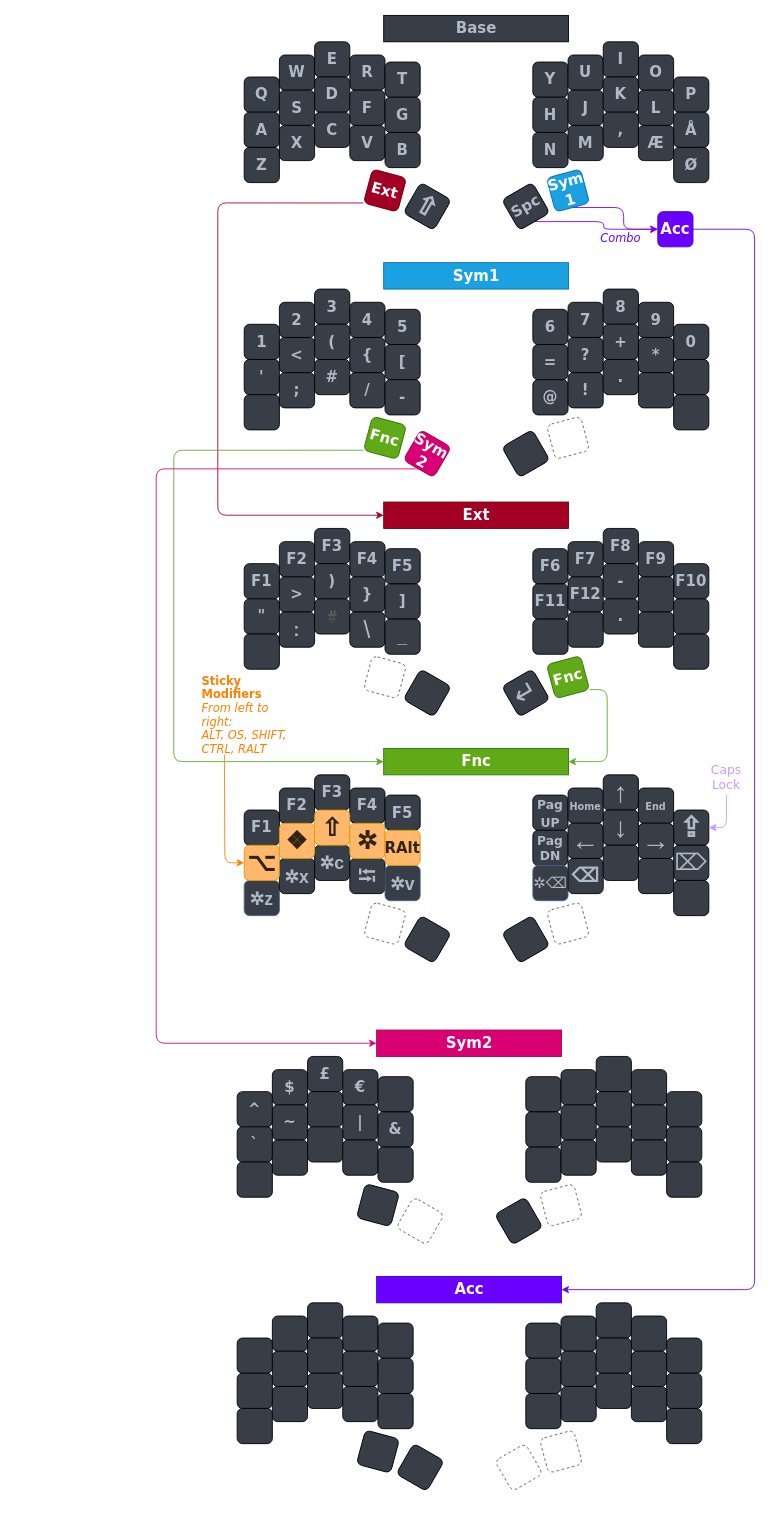
This is Palm Keyboard Layout.drawio from henrik-palm/zmk-urchin, a draw.io file, before an edit. Source tidied: cells renumbered, new cells numbered last; positions are measured from the earlier drawing's top-left corner, leaving out a move shared by most shapes. Both pictures are drawn from the tidied source at 88%, with x=0, y=0 at pixel (156, 15).
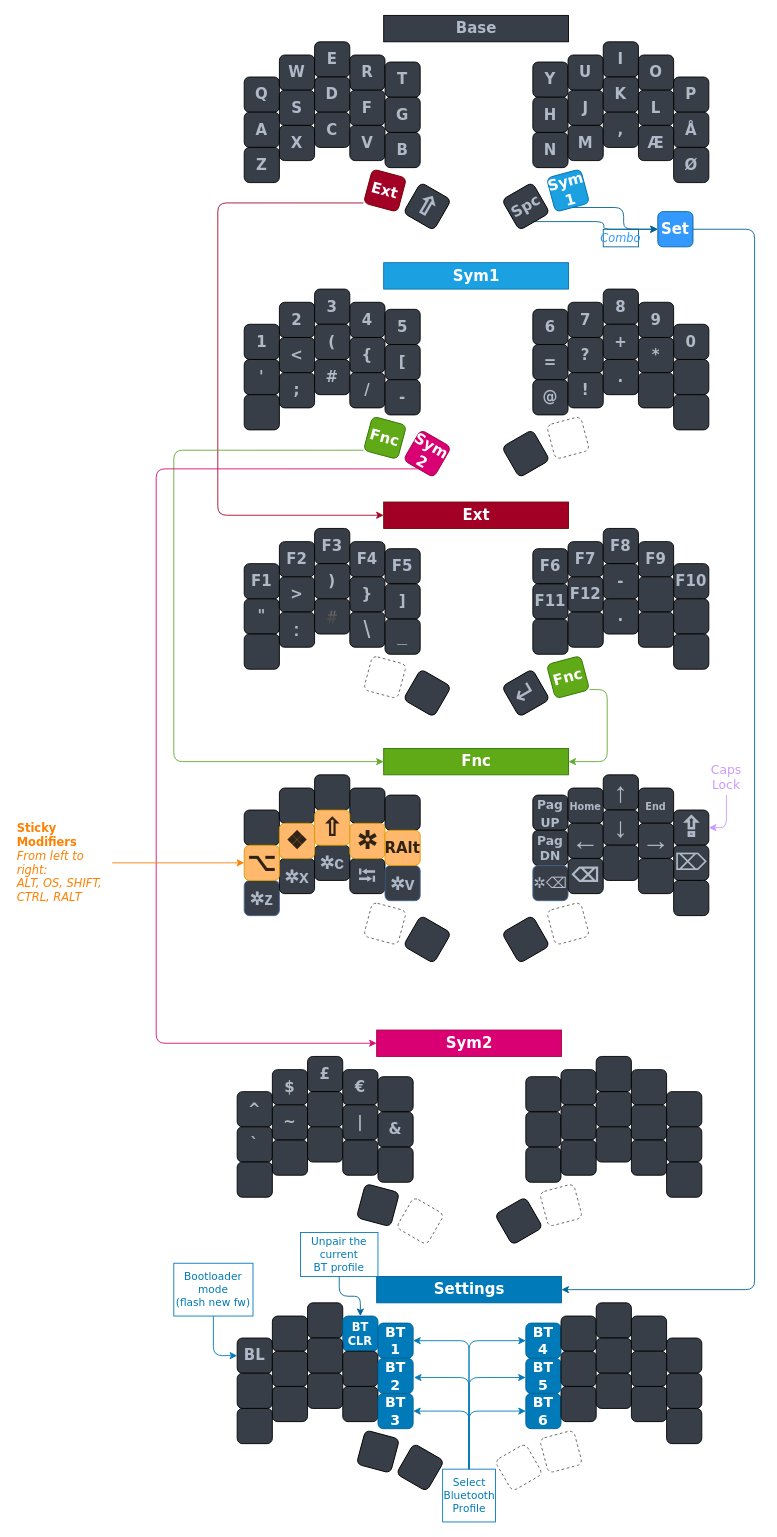
After the change.

Unchanged cells that the change refers to:
```xml
<mxCell id="36" value="Spc" style="whiteSpace=wrap;html=1;rotation=-30;fontSize=17;fontFamily=Verdana;fontStyle=1;fontColor=#AFB9C7;fillColor=#383E47;rounded=1;" parent="1" vertex="1">
  <mxGeometry x="400" y="197" width="40" height="40" as="geometry" />
</mxCell>
<mxCell id="38" value="Sym&lt;br&gt;1" style="whiteSpace=wrap;html=1;rotation=-15;fontSize=17;fontFamily=Verdana;fontStyle=1;fillColor=#1ba1e2;strokeColor=#006EAF;fontColor=#ffffff;rounded=1;" parent="1" vertex="1">
  <mxGeometry x="448" y="179" width="40" height="40" as="geometry" />
</mxCell>
<mxCell id="145" value="&lt;span style=&quot;font-family: &amp;quot;segoe ui emoji&amp;quot;, &amp;quot;apple color emoji&amp;quot;, &amp;quot;noto color emoji&amp;quot;; font-size: 28px;&quot;&gt;⌥&lt;/span&gt;" style="whiteSpace=wrap;html=1;fontSize=17;fontFamily=Verdana;fontStyle=1;fillColor=#ffb86c;strokeColor=#d79b00;fontColor=#302316;rounded=1;" parent="1" vertex="1">
  <mxGeometry x="100" y="943" width="40" height="40" as="geometry" />
</mxCell>
```

Change to the diagram source:
```diff
@@
-    <mxCell id="35" style="edgeStyle=orthogonalEdgeStyle;rounded=1;jettySize=auto;html=1;exitX=0.5;exitY=1;exitDx=0;exitDy=0;entryX=0;entryY=0.5;entryDx=0;entryDy=0;fontFamily=Verdana;fontSize=14;fontColor=#6906F9;strokeColor=#7F00FF;" parent="1" edge="1" source="36" target="114">
+    <mxCell id="35" style="edgeStyle=orthogonalEdgeStyle;rounded=1;jettySize=auto;html=1;exitX=0.5;exitY=1;exitDx=0;exitDy=0;entryX=0;entryY=0.5;entryDx=0;entryDy=0;fontFamily=Verdana;fontSize=14;fontColor=#3399FF;strokeColor=#006294;" parent="1" edge="1" source="36" target="114">
       <mxGeometry relative="1" as="geometry" />
     </mxCell>
@@
-    <mxCell id="37" style="edgeStyle=orthogonalEdgeStyle;rounded=1;jettySize=auto;html=1;exitX=0.5;exitY=1;exitDx=0;exitDy=0;entryX=0;entryY=0.5;entryDx=0;entryDy=0;fontFamily=Verdana;fontSize=14;fontColor=#6906F9;strokeColor=#7F00FF;" parent="1" edge="1" source="38" target="114">
+    <mxCell id="37" style="edgeStyle=orthogonalEdgeStyle;rounded=1;jettySize=auto;html=1;exitX=0.5;exitY=1;exitDx=0;exitDy=0;entryX=0;entryY=0.5;entryDx=0;entryDy=0;fontFamily=Verdana;fontSize=14;fontColor=#3399FF;strokeColor=#006294;" parent="1" edge="1" source="38" target="114">
       <mxGeometry relative="1" as="geometry" />
     </mxCell>
@@
-    <mxCell id="113" style="edgeStyle=orthogonalEdgeStyle;rounded=1;jettySize=auto;html=1;exitX=1;exitY=0.5;exitDx=0;exitDy=0;entryX=1;entryY=0.5;entryDx=0;entryDy=0;fontFamily=Verdana;fontSize=14;fontColor=#9933FF;strokeColor=#6906F9;" parent="1" edge="1" source="114" target="185">
+    <mxCell id="113" style="edgeStyle=orthogonalEdgeStyle;rounded=1;jettySize=auto;html=1;exitX=1;exitY=0.5;exitDx=0;exitDy=0;entryX=1;entryY=0.5;entryDx=0;entryDy=0;fontFamily=Verdana;fontSize=14;fontColor=#9933FF;strokeColor=#006294;" parent="1" edge="1" source="114" target="185">
       <mxGeometry relative="1" as="geometry">
         <Array as="points">
           <mxPoint x="680" y="243" />
           <mxPoint x="680" y="1448" />
         </Array>
       </mxGeometry>
     </mxCell>
-    <mxCell id="114" value="&lt;b&gt;Acc&lt;/b&gt;" style="whiteSpace=wrap;html=1;rounded=1;shadow=0;glass=0;sketch=0;fontFamily=Verdana;fontSize=17;fontColor=#ffffff;fillColor=#6a00ff;strokeColor=#3700CC;" parent="1" vertex="1">
+    <mxCell id="114" value="&lt;b&gt;Set&lt;/b&gt;" style="whiteSpace=wrap;html=1;rounded=1;shadow=0;glass=0;sketch=0;fontFamily=Verdana;fontSize=17;fontColor=#ffffff;fillColor=#3399FF;strokeColor=#006294;" parent="1" vertex="1">
       <mxGeometry x="570" y="223" width="40" height="40" as="geometry" />
     </mxCell>
-    <mxCell id="115" value="Combo" style="text;html=1;strokeColor=none;fillColor=none;align=center;verticalAlign=middle;whiteSpace=wrap;rounded=0;shadow=0;glass=0;sketch=0;fontFamily=Verdana;fontSize=13;fontColor=#6906F9;fontStyle=2;" parent="1" vertex="1">
+    <mxCell id="115" value="Combo" style="text;html=1;strokeColor=#006294;fillColor=none;align=center;verticalAlign=middle;whiteSpace=wrap;rounded=0;shadow=0;glass=0;sketch=0;fontFamily=Verdana;fontSize=13;fontColor=#3399FF;fontStyle=2;" parent="1" vertex="1">
       <mxGeometry x="508" y="243" width="40" height="20" as="geometry" />
     </mxCell>
     <mxCell id="116" value="&lt;div&gt;&lt;b&gt;Sticky Modifiers&lt;/b&gt;&lt;/div&gt;&lt;div&gt;&lt;span&gt;&lt;i&gt;From left to right:&lt;/i&gt;&lt;/span&gt;&lt;/div&gt;&lt;div&gt;&lt;span&gt;&lt;i&gt;ALT, OS, SHIFT, CTRL, RALT&lt;/i&gt;&lt;/span&gt;&lt;/div&gt;" style="text;html=1;strokeColor=none;fillColor=none;align=left;verticalAlign=middle;whiteSpace=wrap;rounded=0;shadow=0;glass=0;sketch=0;fontFamily=Verdana;fontSize=13;fontColor=#FF8000;" parent="1" vertex="1">
-      <mxGeometry x="50" y="750" width="110" height="90" as="geometry" />
+      <mxGeometry x="-160" y="918" width="110" height="90" as="geometry" />
     </mxCell>
-    <mxCell id="117" value="F1" style="whiteSpace=wrap;html=1;fontSize=17;fontFamily=Verdana;fontStyle=1;fontColor=#AFB9C7;fillColor=#383E47;rounded=1;" parent="1" vertex="1">
+    <mxCell id="117" style="whiteSpace=wrap;html=1;fontSize=17;fontFamily=Verdana;fontStyle=1;fontColor=#AFB9C7;fillColor=#383E47;rounded=1;" parent="1" vertex="1">
       <mxGeometry x="100" y="903" width="40" height="40" as="geometry" />
     </mxCell>
-    <mxCell id="118" value="F2" style="whiteSpace=wrap;html=1;fontSize=17;fontFamily=Verdana;fontStyle=1;fontColor=#AFB9C7;fillColor=#383E47;rounded=1;" parent="1" vertex="1">
+    <mxCell id="118" style="whiteSpace=wrap;html=1;fontSize=17;fontFamily=Verdana;fontStyle=1;fontColor=#AFB9C7;fillColor=#383E47;rounded=1;" parent="1" vertex="1">
       <mxGeometry x="140" y="878" width="40" height="40" as="geometry" />
     </mxCell>
-    <mxCell id="119" value="F3" style="whiteSpace=wrap;html=1;fontSize=17;fontFamily=Verdana;fontStyle=1;fontColor=#AFB9C7;fillColor=#383E47;rounded=1;" parent="1" vertex="1">
+    <mxCell id="119" style="whiteSpace=wrap;html=1;fontSize=17;fontFamily=Verdana;fontStyle=1;fontColor=#AFB9C7;fillColor=#383E47;rounded=1;" parent="1" vertex="1">
       <mxGeometry x="180" y="863" width="40" height="40" as="geometry" />
     </mxCell>
-    <mxCell id="120" value="F4" style="whiteSpace=wrap;html=1;fontSize=17;fontFamily=Verdana;fontStyle=1;fontColor=#AFB9C7;fillColor=#383E47;rounded=1;" parent="1" vertex="1">
+    <mxCell id="120" style="whiteSpace=wrap;html=1;fontSize=17;fontFamily=Verdana;fontStyle=1;fontColor=#AFB9C7;fillColor=#383E47;rounded=1;" parent="1" vertex="1">
       <mxGeometry x="220" y="878" width="40" height="40" as="geometry" />
     </mxCell>
-    <mxCell id="121" value="F5" style="whiteSpace=wrap;html=1;fontSize=17;fontFamily=Verdana;fontStyle=1;fontColor=#AFB9C7;fillColor=#383E47;rounded=1;" parent="1" vertex="1">
+    <mxCell id="121" style="whiteSpace=wrap;html=1;fontSize=17;fontFamily=Verdana;fontStyle=1;fontColor=#AFB9C7;fillColor=#383E47;rounded=1;" parent="1" vertex="1">
       <mxGeometry x="260" y="886" width="40" height="40" as="geometry" />
     </mxCell>
@@
-    <mxCell id="150" style="endArrow=classic;html=1;fontFamily=Verdana;fontSize=14;fontColor=#FF8000;entryX=0;entryY=0.5;entryDx=0;entryDy=0;exitX=0.25;exitY=1;exitDx=0;exitDy=0;rounded=1;strokeColor=#FF8000;" parent="1" edge="1" source="116" target="145">
+    <mxCell id="150" style="endArrow=classic;html=1;fontFamily=Verdana;fontSize=14;fontColor=#FF8000;entryX=0;entryY=0.5;entryDx=0;entryDy=0;exitX=1;exitY=0.5;exitDx=0;exitDy=0;rounded=1;strokeColor=#FF8000;" parent="1" edge="1" source="116" target="145">
       <mxGeometry relative="1" as="geometry">
         <Array as="points">
           <mxPoint x="78" y="963" />
         </Array>
       </mxGeometry>
     </mxCell>
-    <mxCell id="151" style="whiteSpace=wrap;html=1;fontSize=17;fontFamily=Verdana;fontStyle=1;fontColor=#AFB9C7;fillColor=#383E47;rounded=1;" parent="1" vertex="1">
+    <mxCell id="151" value="BL" style="whiteSpace=wrap;html=1;fontSize=17;fontFamily=Verdana;fontStyle=1;fontColor=#AFB9C7;fillColor=#383E47;rounded=1;" parent="1" vertex="1">
       <mxGeometry x="92" y="1503" width="40" height="40" as="geometry" />
     </mxCell>
@@
-    <mxCell id="154" style="whiteSpace=wrap;html=1;fontSize=17;fontFamily=Verdana;fontStyle=1;fontColor=#AFB9C7;fillColor=#383E47;rounded=1;" parent="1" vertex="1">
+    <mxCell id="154" value="&lt;font style=&quot;font-size: 13px;&quot;&gt;BT CLR&lt;/font&gt;" style="whiteSpace=wrap;html=1;fontSize=13;fontFamily=Verdana;fontStyle=1;fontColor=#FFFFFF;fillColor=#007AB8;rounded=1;strokeColor=#006294;" parent="1" vertex="1">
       <mxGeometry x="212" y="1478" width="40" height="40" as="geometry" />
     </mxCell>
-    <mxCell id="155" style="whiteSpace=wrap;html=1;fontSize=17;fontFamily=Verdana;fontStyle=1;fontColor=#AFB9C7;fillColor=#383E47;rounded=1;" parent="1" vertex="1">
+    <mxCell id="155" value="BT 1" style="whiteSpace=wrap;html=1;fontSize=16;fontFamily=Verdana;fontStyle=1;fontColor=#FFFFFF;fillColor=#007AB8;rounded=1;strokeColor=#006294;" parent="1" vertex="1">
       <mxGeometry x="252" y="1486" width="40" height="40" as="geometry" />
     </mxCell>
@@
-    <mxCell id="160" style="whiteSpace=wrap;html=1;fontSize=17;fontFamily=Verdana;fontStyle=1;fontColor=#AFB9C7;fillColor=#383E47;rounded=1;" parent="1" vertex="1">
+    <mxCell id="160" value="BT 2" style="whiteSpace=wrap;html=1;fontSize=16;fontFamily=Verdana;fontStyle=1;fontColor=#FFFFFF;fillColor=#007AB8;rounded=1;strokeColor=#006294;" parent="1" vertex="1">
       <mxGeometry x="252" y="1526" width="40" height="40" as="geometry" />
     </mxCell>
@@
-    <mxCell id="165" style="whiteSpace=wrap;html=1;fontSize=17;fontFamily=Verdana;fontStyle=1;fontColor=#AFB9C7;fillColor=#383E47;rounded=1;" parent="1" vertex="1">
+    <mxCell id="165" value="BT 3" style="whiteSpace=wrap;html=1;fontSize=16;fontFamily=Verdana;fontStyle=1;fontColor=#FFFFFF;fillColor=#007AB8;rounded=1;strokeColor=#006294;" parent="1" vertex="1">
       <mxGeometry x="252" y="1566" width="40" height="40" as="geometry" />
     </mxCell>
@@
-    <mxCell id="168" style="whiteSpace=wrap;html=1;fontSize=17;fontFamily=Verdana;fontStyle=1;fontColor=#AFB9C7;fillColor=#383E47;rounded=1;" parent="1" vertex="1">
+    <mxCell id="168" value="BT 4" style="whiteSpace=wrap;html=1;fontSize=16;fontFamily=Verdana;fontStyle=1;fontColor=#FFFFFF;fillColor=#007AB8;rounded=1;strokeColor=#006294;" parent="1" vertex="1">
       <mxGeometry x="420" y="1486" width="40" height="40" as="geometry" />
     </mxCell>
@@
-    <mxCell id="173" style="whiteSpace=wrap;html=1;fontSize=17;fontFamily=Verdana;fontStyle=1;fontColor=#AFB9C7;fillColor=#383E47;rounded=1;" parent="1" vertex="1">
+    <mxCell id="173" value="BT 5" style="whiteSpace=wrap;html=1;fontSize=16;fontFamily=Verdana;fontStyle=1;fontColor=#FFFFFF;fillColor=#007AB8;rounded=1;strokeColor=#006294;" parent="1" vertex="1">
       <mxGeometry x="420" y="1526" width="40" height="40" as="geometry" />
     </mxCell>
@@
-    <mxCell id="178" style="whiteSpace=wrap;html=1;fontSize=17;fontFamily=Verdana;fontStyle=1;fontColor=#AFB9C7;fillColor=#383E47;rounded=1;" parent="1" vertex="1">
+    <mxCell id="178" value="BT 6" style="whiteSpace=wrap;html=1;fontSize=16;fontFamily=Verdana;fontStyle=1;fontColor=#FFFFFF;fillColor=#007AB8;rounded=1;strokeColor=#006294;" parent="1" vertex="1">
       <mxGeometry x="420" y="1566" width="40" height="40" as="geometry" />
     </mxCell>
@@
-    <mxCell id="185" value="Acc" style="rounded=0;whiteSpace=wrap;html=1;fontFamily=Verdana;fontSize=17;fontStyle=1;fillColor=#6a00ff;strokeColor=#3700CC;fontColor=#ffffff;" parent="1" vertex="1">
+    <mxCell id="185" value="Settings" style="rounded=0;whiteSpace=wrap;html=1;fontFamily=Verdana;fontSize=17;fontStyle=1;fillColor=#007AB8;strokeColor=#006294;fontColor=#FFFFFF;" parent="1" vertex="1">
       <mxGeometry x="250.5" y="1433" width="210" height="30" as="geometry" />
     </mxCell>
@@
+    <mxCell id="226" style="edgeStyle=orthogonalEdgeStyle;rounded=1;jettySize=auto;html=1;exitX=0.5;exitY=0;exitDx=0;exitDy=0;entryX=1;entryY=0.5;entryDx=0;entryDy=0;strokeColor=#007AB8;curved=0;" parent="1" edge="1" source="230" target="165">
+      <mxGeometry relative="1" as="geometry" />
+    </mxCell>
+    <mxCell id="227" style="edgeStyle=orthogonalEdgeStyle;rounded=1;jettySize=auto;html=1;exitX=0.5;exitY=0;exitDx=0;exitDy=0;entryX=0;entryY=0.5;entryDx=0;entryDy=0;strokeColor=#007AB8;curved=0;" parent="1" edge="1" source="230" target="178">
+      <mxGeometry relative="1" as="geometry" />
+    </mxCell>
+    <mxCell id="228" style="edgeStyle=orthogonalEdgeStyle;rounded=1;jettySize=auto;html=1;exitX=0.5;exitY=0;exitDx=0;exitDy=0;entryX=1;entryY=0.5;entryDx=0;entryDy=0;strokeColor=#007AB8;curved=0;" parent="1" edge="1" source="230" target="155">
+      <mxGeometry relative="1" as="geometry" />
+    </mxCell>
+    <mxCell id="229" style="edgeStyle=orthogonalEdgeStyle;rounded=1;jettySize=auto;html=1;exitX=0.5;exitY=0;exitDx=0;exitDy=0;entryX=0;entryY=0.5;entryDx=0;entryDy=0;strokeColor=#007AB8;curved=0;" parent="1" edge="1" source="230" target="168">
+      <mxGeometry relative="1" as="geometry" />
+    </mxCell>
+    <mxCell id="230" value="&lt;div style=&quot;font-size: 12px;&quot;&gt;&lt;span style=&quot;font-size: 12px;&quot;&gt;Select Bluetooth Profile&lt;/span&gt;&lt;/div&gt;" style="text;html=1;strokeColor=#007AB8;fillColor=none;align=center;verticalAlign=middle;whiteSpace=wrap;rounded=0;shadow=0;glass=0;sketch=0;fontFamily=Verdana;fontSize=12;fontColor=#007AB8;" parent="1" vertex="1">
+      <mxGeometry x="325.5" y="1652" width="60" height="60" as="geometry" />
+    </mxCell>
+    <mxCell id="231" style="edgeStyle=orthogonalEdgeStyle;rounded=1;jettySize=auto;html=1;exitX=0.5;exitY=0;exitDx=0;exitDy=0;entryX=1.023;entryY=0.547;entryDx=0;entryDy=0;entryPerimeter=0;strokeColor=#007AB8;curved=0;" parent="1" edge="1" source="230" target="160">
+      <mxGeometry relative="1" as="geometry" />
+    </mxCell>
+    <mxCell id="232" style="edgeStyle=orthogonalEdgeStyle;rounded=1;jettySize=auto;html=1;exitX=0.5;exitY=0;exitDx=0;exitDy=0;entryX=-0.003;entryY=0.547;entryDx=0;entryDy=0;entryPerimeter=0;strokeColor=#007AB8;curved=0;" parent="1" edge="1" source="230" target="173">
+      <mxGeometry relative="1" as="geometry" />
+    </mxCell>
+    <mxCell id="233" style="edgeStyle=orthogonalEdgeStyle;rounded=1;jettySize=auto;html=1;exitX=0.5;exitY=1;exitDx=0;exitDy=0;strokeColor=#006294;curved=0;" parent="1" edge="1" source="234" target="154">
+      <mxGeometry relative="1" as="geometry" />
+    </mxCell>
+    <mxCell id="234" value="&lt;div style=&quot;font-size: 12px;&quot;&gt;&lt;div&gt;Unpair the current&lt;/div&gt;&lt;div&gt;BT profile&lt;/div&gt;&lt;/div&gt;" style="text;html=1;strokeColor=#007AB8;fillColor=none;align=center;verticalAlign=middle;whiteSpace=wrap;rounded=0;shadow=0;glass=0;sketch=0;fontFamily=Verdana;fontSize=12;fontColor=#007AB8;" parent="1" vertex="1">
+      <mxGeometry x="164" y="1383" width="88" height="50" as="geometry" />
+    </mxCell>
+    <mxCell id="235" style="edgeStyle=orthogonalEdgeStyle;rounded=1;jettySize=auto;html=1;exitX=0.5;exitY=1;exitDx=0;exitDy=0;entryX=0;entryY=0.5;entryDx=0;entryDy=0;fontColor=#007AB8;curved=0;strokeColor=#007AB8;" parent="1" edge="1" source="236" target="151">
+      <mxGeometry relative="1" as="geometry" />
+    </mxCell>
+    <mxCell id="236" value="&lt;div style=&quot;font-size: 12px;&quot;&gt;&lt;div&gt;Bootloader&lt;/div&gt;&lt;div&gt;mode&lt;/div&gt;&lt;div&gt;(flash new fw)&lt;/div&gt;&lt;/div&gt;" style="text;html=1;strokeColor=#007AB8;fillColor=none;align=center;verticalAlign=middle;whiteSpace=wrap;rounded=0;shadow=0;glass=0;sketch=0;fontFamily=Verdana;fontSize=12;fontColor=#007AB8;" parent="1" vertex="1">
+      <mxGeometry x="20" y="1418" width="90" height="60" as="geometry" />
+    </mxCell>
```
